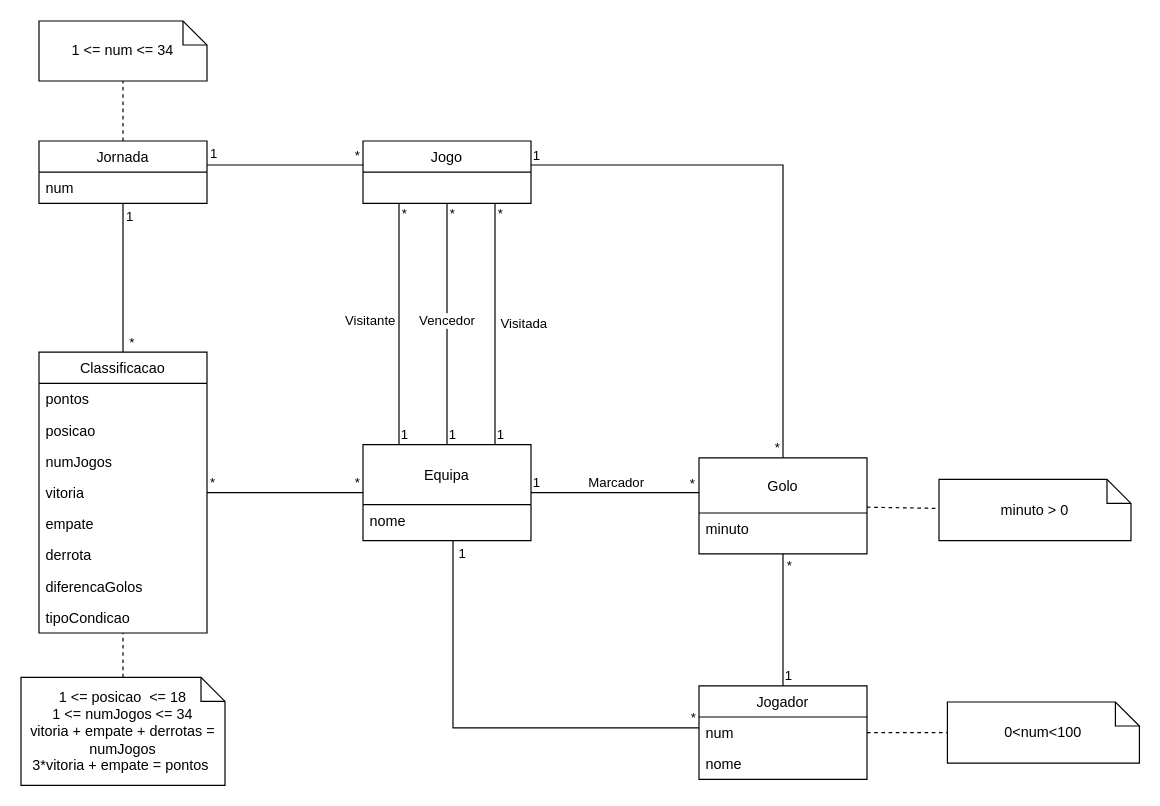
Before: uml/primeira_liga.drawio in jamcunha/feup-bd, a draw.io diagram. Source tidied: cells renumbered, new cells numbered last; positions are measured from the earlier drawing's top-left corner, leaving out a move shared by most shapes. Both pictures are drawn from the tidied source at 120%, with x=0, y=0 at pixel (20, 20).
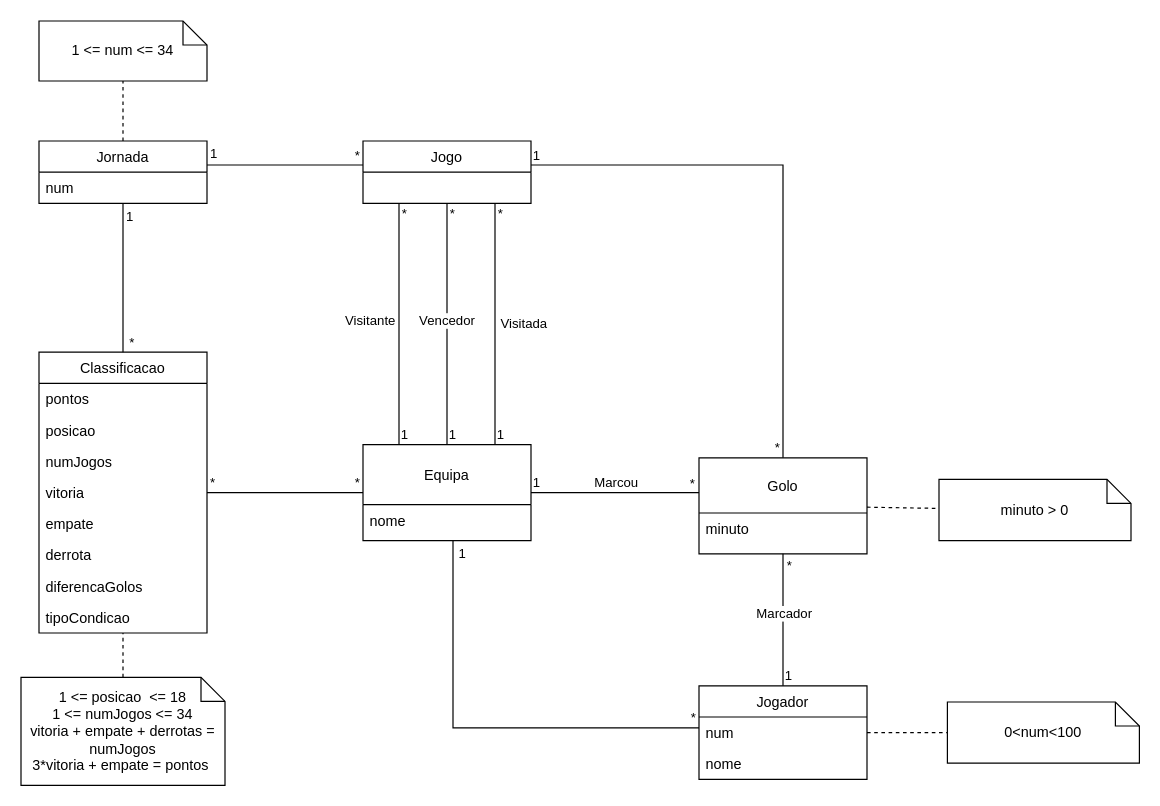
After the change.

Commit message (it also covers changes not shown here):
alteracoes uml e tirar jogadores que nao jogaram (sem numero)

Unchanged cells that the change refers to:
```xml
<mxCell id="21" style="endArrow=none;html=1;edgeStyle=orthogonalEdgeStyle;rounded=0;" parent="1" edge="1" source="2" target="5">
  <mxGeometry relative="1" as="geometry">
    <Array as="points">
      <mxPoint x="445" y="393" />
      <mxPoint x="445" y="393" />
    </Array>
  </mxGeometry>
</mxCell>
<mxCell id="25" style="endArrow=none;html=1;edgeStyle=orthogonalEdgeStyle;rounded=0;" parent="1" edge="1" source="7" target="5">
  <mxGeometry relative="1" as="geometry" />
</mxCell>
```

What changed in the source:
```diff
@@
-    <mxCell id="24" value="Marcador" style="edgeLabel;html=1;align=center;verticalAlign=middle;" parent="21" vertex="1">
+    <mxCell id="24" value="Marcou" style="edgeLabel;html=1;align=center;verticalAlign=middle;" parent="21" vertex="1">
       <mxGeometry x="-0.1" y="-1" relative="1" as="geometry">
         <mxPoint x="7" y="-10" as="offset" />
       </mxGeometry>
     </mxCell>
@@
+    <mxCell id="63" value="Marcador" style="edgeLabel;html=1;align=center;verticalAlign=middle;" parent="25" vertex="1">
+      <mxGeometry x="0.27" relative="1" as="geometry">
+        <mxPoint y="9" as="offset" />
+      </mxGeometry>
+    </mxCell>
```
